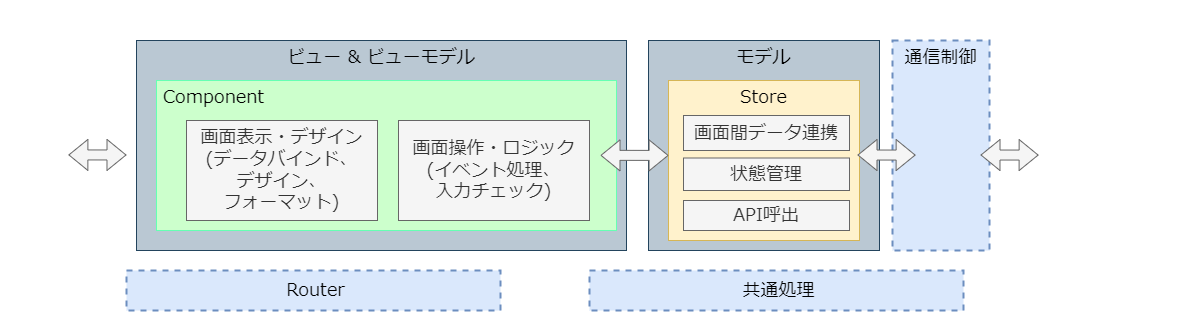
Before: documents/contents/images/app-architecture/client-side-rendering/frontend-architecture-dark.png, a diagram exported from draw.io (AlesInfiny/maia). Source tidied: cells renumbered, new cells last; positions are measured from the earlier drawing's top-left corner, leaving out a move shared by most shapes. Its diagram source:
```xml
<mxGraphModel>
  <root>
    <mxCell id="0" />
    <mxCell id="1" parent="0" />
    <mxCell id="2" style="rounded=0;whiteSpace=wrap;html=1;fillColor=none;fontFamily=Noto Sans JP;fontSource=https%3A%2F%2Ffonts.googleapis.com%2Fcss%3Ffamily%3DNoto%2BSans%2BJP;strokeColor=#FFFFFF;" parent="1" vertex="1">
      <mxGeometry x="106" width="900" height="331" as="geometry" />
    </mxCell>
    <mxCell id="3" value="ビュー &amp;amp; ビューモデル" style="rounded=0;whiteSpace=wrap;html=1;verticalAlign=top;fillColor=#bac8d3;strokeColor=#23445d;fontColor=#000000;fontFamily=Noto Sans JP;fontSource=https%3A%2F%2Ffonts.googleapis.com%2Fcss%3Ffamily%3DNoto%2BSans%2BJP;fontSize=18;" parent="1" vertex="1">
      <mxGeometry x="136" y="40" width="490" height="210" as="geometry" />
    </mxCell>
    <mxCell id="4" value="モデル" style="rounded=0;whiteSpace=wrap;html=1;verticalAlign=top;fillColor=#bac8d3;strokeColor=#23445d;fontColor=#000000;fontFamily=Noto Sans JP;fontSource=https%3A%2F%2Ffonts.googleapis.com%2Fcss%3Ffamily%3DNoto%2BSans%2BJP;fontSize=18;" parent="1" vertex="1">
      <mxGeometry x="648" y="40" width="231" height="210" as="geometry" />
    </mxCell>
    <mxCell id="5" value="フロントエンド" style="text;html=1;strokeColor=none;fillColor=none;align=center;verticalAlign=middle;whiteSpace=wrap;rounded=0;fontFamily=Noto Sans JP;fontSource=https%3A%2F%2Ffonts.googleapis.com%2Fcss%3Ffamily%3DNoto%2BSans%2BJP;fontSize=18;fontColor=#FFFFFF;" parent="1" vertex="1">
      <mxGeometry x="469.8" y="3" width="134.5" height="30" as="geometry" />
    </mxCell>
    <mxCell id="6" value="Component" style="rounded=0;whiteSpace=wrap;html=1;align=left;spacingLeft=5;fillColor=#CCFFCC;fontColor=#000000;strokeColor=#66FFB3;fontFamily=Noto Sans JP;fontSource=https%3A%2F%2Ffonts.googleapis.com%2Fcss%3Ffamily%3DNoto%2BSans%2BJP;fontSize=18;verticalAlign=top;" parent="1" vertex="1">
      <mxGeometry x="156" y="80" width="460" height="150" as="geometry" />
    </mxCell>
    <mxCell id="7" value="画面表示・デザイン&lt;br style=&quot;font-size: 18px&quot;&gt;(データバインド、&lt;br style=&quot;font-size: 18px&quot;&gt;デザイン、&lt;br&gt;フォーマット)" style="rounded=0;whiteSpace=wrap;html=1;fontSize=18;fillColor=#f5f5f5;fontColor=#333333;strokeColor=#666666;fontFamily=Noto Sans JP;fontSource=https%3A%2F%2Ffonts.googleapis.com%2Fcss%3Ffamily%3DNoto%2BSans%2BJP;" parent="1" vertex="1">
      <mxGeometry x="186" y="120" width="191" height="100" as="geometry" />
    </mxCell>
    <mxCell id="8" value="画面操作・ロジック&lt;br style=&quot;font-size: 18px&quot;&gt;(イベント処理、&lt;br style=&quot;font-size: 18px&quot;&gt;入力チェック)" style="rounded=0;whiteSpace=wrap;html=1;fontSize=18;fillColor=#f5f5f5;fontColor=#333333;strokeColor=#666666;fontFamily=Noto Sans JP;fontSource=https%3A%2F%2Ffonts.googleapis.com%2Fcss%3Ffamily%3DNoto%2BSans%2BJP;verticalAlign=middle;" parent="1" vertex="1">
      <mxGeometry x="398" y="120" width="191" height="100" as="geometry" />
    </mxCell>
    <mxCell id="9" value="Store" style="rounded=0;whiteSpace=wrap;html=1;fontSize=18;verticalAlign=top;fillColor=#fff2cc;strokeColor=#d6b656;fontFamily=Noto Sans JP;fontSource=https%3A%2F%2Ffonts.googleapis.com%2Fcss%3Ffamily%3DNoto%2BSans%2BJP;" parent="1" vertex="1">
      <mxGeometry x="668" y="80" width="191" height="160" as="geometry" />
    </mxCell>
    <mxCell id="10" value="画面間データ連携" style="rounded=0;whiteSpace=wrap;html=1;fontSize=18;fillColor=#f5f5f5;strokeColor=#666666;fontColor=#333333;fontFamily=Noto Sans JP;fontSource=https%3A%2F%2Ffonts.googleapis.com%2Fcss%3Ffamily%3DNoto%2BSans%2BJP;" parent="1" vertex="1">
      <mxGeometry x="683" y="115" width="166" height="35" as="geometry" />
    </mxCell>
    <mxCell id="11" value="状態管理" style="rounded=0;whiteSpace=wrap;html=1;fontSize=18;fillColor=#f5f5f5;strokeColor=#666666;fontColor=#333333;fontFamily=Noto Sans JP;fontSource=https%3A%2F%2Ffonts.googleapis.com%2Fcss%3Ffamily%3DNoto%2BSans%2BJP;" parent="1" vertex="1">
      <mxGeometry x="683" y="157.5" width="166" height="32.5" as="geometry" />
    </mxCell>
    <mxCell id="12" value="API呼出" style="rounded=0;whiteSpace=wrap;html=1;fontSize=18;fillColor=#f5f5f5;strokeColor=#666666;fontColor=#333333;fontFamily=Noto Sans JP;fontSource=https%3A%2F%2Ffonts.googleapis.com%2Fcss%3Ffamily%3DNoto%2BSans%2BJP;" parent="1" vertex="1">
      <mxGeometry x="683" y="200" width="166" height="30" as="geometry" />
    </mxCell>
    <mxCell id="13" value="通信制御" style="rounded=0;whiteSpace=wrap;html=1;fontSize=18;dashed=1;fillColor=#dae8fc;strokeColor=#6C8EBF;fontColor=#000000;strokeWidth=2;verticalAlign=top;fontFamily=Noto Sans JP;fontSource=https%3A%2F%2Ffonts.googleapis.com%2Fcss%3Ffamily%3DNoto%2BSans%2BJP;" parent="1" vertex="1">
      <mxGeometry x="892" y="40" width="97" height="210" as="geometry" />
    </mxCell>
    <mxCell id="14" style="shape=flexArrow;endArrow=classic;startArrow=classic;html=1;fontSize=18;fillColor=#f5f5f5;strokeColor=#666666;fontFamily=Noto Sans JP;fontSource=https%3A%2F%2Ffonts.googleapis.com%2Fcss%3Ffamily%3DNoto%2BSans%2BJP;" parent="1" edge="1">
      <mxGeometry relative="1" as="geometry">
        <mxPoint x="600" y="154.8" as="sourcePoint" />
        <mxPoint x="668.1" y="154.9" as="targetPoint" />
      </mxGeometry>
    </mxCell>
    <mxCell id="15" style="shape=flexArrow;endArrow=classic;startArrow=classic;html=1;fontSize=18;fillColor=#f5f5f5;strokeColor=#666666;fontFamily=Noto Sans JP;fontSource=https%3A%2F%2Ffonts.googleapis.com%2Fcss%3Ffamily%3DNoto%2BSans%2BJP;" parent="1" edge="1">
      <mxGeometry relative="1" as="geometry">
        <mxPoint x="857" y="154.5" as="sourcePoint" />
        <mxPoint x="915.1" y="154.6" as="targetPoint" />
      </mxGeometry>
    </mxCell>
    <mxCell id="16" style="shape=flexArrow;endArrow=classic;startArrow=classic;html=1;fontSize=18;fillColor=#f5f5f5;strokeColor=#666666;fontFamily=Noto Sans JP;fontSource=https%3A%2F%2Ffonts.googleapis.com%2Fcss%3Ffamily%3DNoto%2BSans%2BJP;" parent="1" edge="1">
      <mxGeometry relative="1" as="geometry">
        <mxPoint x="980" y="154.5" as="sourcePoint" />
        <mxPoint x="1038.1" y="154.6" as="targetPoint" />
      </mxGeometry>
    </mxCell>
    <mxCell id="17" value="Router" style="rounded=0;whiteSpace=wrap;html=1;align=center;spacingLeft=5;fillColor=#dae8fc;strokeColor=#6c8ebf;fontColor=#000000;dashed=1;strokeWidth=2;fontFamily=Noto Sans JP;fontSource=https%3A%2F%2Ffonts.googleapis.com%2Fcss%3Ffamily%3DNoto%2BSans%2BJP;fontSize=18;" parent="1" vertex="1">
      <mxGeometry x="126" y="270" width="374" height="40" as="geometry" />
    </mxCell>
    <mxCell id="18" value="共通処理" style="rounded=0;whiteSpace=wrap;html=1;align=center;spacingLeft=5;fillColor=#dae8fc;strokeColor=#6c8ebf;fontColor=#000000;dashed=1;strokeWidth=2;fontFamily=Noto Sans JP;fontSource=https%3A%2F%2Ffonts.googleapis.com%2Fcss%3Ffamily%3DNoto%2BSans%2BJP;fontSize=18;" parent="1" vertex="1">
      <mxGeometry x="589" y="270" width="374" height="40" as="geometry" />
    </mxCell>
    <mxCell id="19" value="ブラウザ" style="rounded=0;whiteSpace=wrap;html=1;fontColor=#FFFFFF;fillColor=none;strokeColor=#FFFFFF;verticalAlign=top;fontFamily=Noto Sans JP;fontSource=https%3A%2F%2Ffonts.googleapis.com%2Fcss%3Ffamily%3DNoto%2BSans%2BJP;fontSize=18;" parent="1" vertex="1">
      <mxGeometry width="91" height="331" as="geometry" />
    </mxCell>
    <mxCell id="20" style="shape=flexArrow;endArrow=classic;startArrow=classic;html=1;fontSize=12;fillColor=#f5f5f5;strokeColor=#666666;fontFamily=Noto Sans JP;fontSource=https%3A%2F%2Ffonts.googleapis.com%2Fcss%3Ffamily%3DNoto%2BSans%2BJP;" parent="1" edge="1">
      <mxGeometry relative="1" as="geometry">
        <mxPoint x="67.9" y="154.4" as="sourcePoint" />
        <mxPoint x="126" y="154.5" as="targetPoint" />
      </mxGeometry>
    </mxCell>
    <mxCell id="21" value="&lt;div style=&quot;text-align: left; font-size: 18px;&quot;&gt;&lt;span style=&quot;font-size: 18px;&quot;&gt;サーバー&lt;/span&gt;&lt;/div&gt;&lt;div style=&quot;text-align: left; font-size: 18px;&quot;&gt;&lt;span style=&quot;font-size: 18px;&quot;&gt;(バックエンド)へ&lt;/span&gt;&lt;/div&gt;" style="text;html=1;strokeColor=none;fillColor=none;align=center;verticalAlign=middle;whiteSpace=wrap;rounded=0;fontFamily=Noto Sans JP;fontSource=https%3A%2F%2Ffonts.googleapis.com%2Fcss%3Ffamily%3DNoto%2BSans%2BJP;fontSize=18;fontColor=#FFFFFF;" parent="1" vertex="1">
      <mxGeometry x="1046" y="140" width="149" height="30" as="geometry" />
    </mxCell>
  </root>
</mxGraphModel>
```
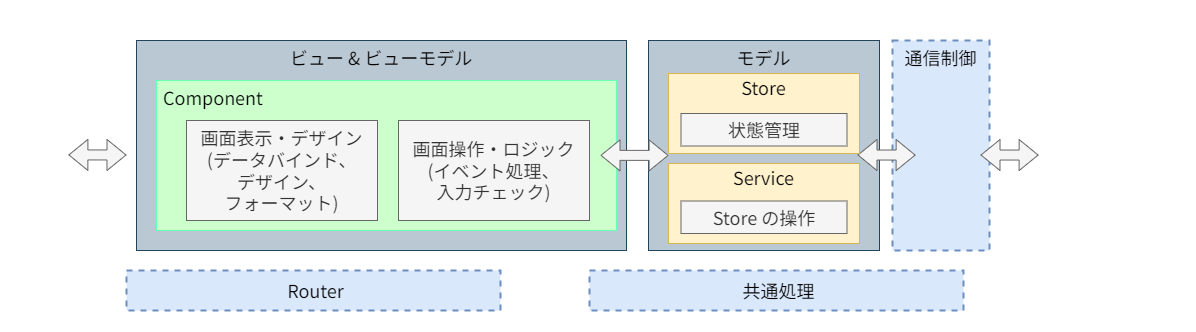
The same diagram one commit later.

Change to the diagram source:
```diff
@@ -23,18 +23,6 @@
     <mxCell id="8" value="画面操作・ロジック&lt;br style=&quot;font-size: 18px&quot;&gt;(イベント処理、&lt;br style=&quot;font-size: 18px&quot;&gt;入力チェック)" style="rounded=0;whiteSpace=wrap;html=1;fontSize=18;fillColor=#f5f5f5;fontColor=#333333;strokeColor=#666666;fontFamily=Noto Sans JP;fontSource=https%3A%2F%2Ffonts.googleapis.com%2Fcss%3Ffamily%3DNoto%2BSans%2BJP;verticalAlign=middle;" parent="1" vertex="1">
       <mxGeometry x="398" y="120" width="191" height="100" as="geometry" />
     </mxCell>
-    <mxCell id="9" value="Store" style="rounded=0;whiteSpace=wrap;html=1;fontSize=18;verticalAlign=top;fillColor=#fff2cc;strokeColor=#d6b656;fontFamily=Noto Sans JP;fontSource=https%3A%2F%2Ffonts.googleapis.com%2Fcss%3Ffamily%3DNoto%2BSans%2BJP;" parent="1" vertex="1">
-      <mxGeometry x="668" y="80" width="191" height="160" as="geometry" />
-    </mxCell>
-    <mxCell id="10" value="画面間データ連携" style="rounded=0;whiteSpace=wrap;html=1;fontSize=18;fillColor=#f5f5f5;strokeColor=#666666;fontColor=#333333;fontFamily=Noto Sans JP;fontSource=https%3A%2F%2Ffonts.googleapis.com%2Fcss%3Ffamily%3DNoto%2BSans%2BJP;" parent="1" vertex="1">
-      <mxGeometry x="683" y="115" width="166" height="35" as="geometry" />
-    </mxCell>
-    <mxCell id="11" value="状態管理" style="rounded=0;whiteSpace=wrap;html=1;fontSize=18;fillColor=#f5f5f5;strokeColor=#666666;fontColor=#333333;fontFamily=Noto Sans JP;fontSource=https%3A%2F%2Ffonts.googleapis.com%2Fcss%3Ffamily%3DNoto%2BSans%2BJP;" parent="1" vertex="1">
-      <mxGeometry x="683" y="157.5" width="166" height="32.5" as="geometry" />
-    </mxCell>
-    <mxCell id="12" value="API呼出" style="rounded=0;whiteSpace=wrap;html=1;fontSize=18;fillColor=#f5f5f5;strokeColor=#666666;fontColor=#333333;fontFamily=Noto Sans JP;fontSource=https%3A%2F%2Ffonts.googleapis.com%2Fcss%3Ffamily%3DNoto%2BSans%2BJP;" parent="1" vertex="1">
-      <mxGeometry x="683" y="200" width="166" height="30" as="geometry" />
-    </mxCell>
     <mxCell id="13" value="通信制御" style="rounded=0;whiteSpace=wrap;html=1;fontSize=18;dashed=1;fillColor=#dae8fc;strokeColor=#6C8EBF;fontColor=#000000;strokeWidth=2;verticalAlign=top;fontFamily=Noto Sans JP;fontSource=https%3A%2F%2Ffonts.googleapis.com%2Fcss%3Ffamily%3DNoto%2BSans%2BJP;" parent="1" vertex="1">
       <mxGeometry x="892" y="40" width="97" height="210" as="geometry" />
     </mxCell>
@@ -74,5 +62,17 @@
     <mxCell id="21" value="&lt;div style=&quot;text-align: left; font-size: 18px;&quot;&gt;&lt;span style=&quot;font-size: 18px;&quot;&gt;サーバー&lt;/span&gt;&lt;/div&gt;&lt;div style=&quot;text-align: left; font-size: 18px;&quot;&gt;&lt;span style=&quot;font-size: 18px;&quot;&gt;(バックエンド)へ&lt;/span&gt;&lt;/div&gt;" style="text;html=1;strokeColor=none;fillColor=none;align=center;verticalAlign=middle;whiteSpace=wrap;rounded=0;fontFamily=Noto Sans JP;fontSource=https%3A%2F%2Ffonts.googleapis.com%2Fcss%3Ffamily%3DNoto%2BSans%2BJP;fontSize=18;fontColor=#FFFFFF;" parent="1" vertex="1">
       <mxGeometry x="1046" y="140" width="149" height="30" as="geometry" />
     </mxCell>
+    <mxCell id="9" value="Store" style="rounded=0;whiteSpace=wrap;html=1;fontSize=18;verticalAlign=top;fillColor=#fff2cc;strokeColor=#d6b656;fontFamily=Noto Sans JP;fontSource=https%3A%2F%2Ffonts.googleapis.com%2Fcss%3Ffamily%3DNoto%2BSans%2BJP;spacing=0;spacingTop=-1;fontColor=#000000;" parent="1" vertex="1">
+      <mxGeometry x="668" y="73" width="191" height="80" as="geometry" />
+    </mxCell>
+    <mxCell id="11" value="状態管理" style="rounded=0;whiteSpace=wrap;html=1;fontSize=18;fillColor=#f5f5f5;strokeColor=#666666;fontColor=#333333;fontFamily=Noto Sans JP;fontSource=https%3A%2F%2Ffonts.googleapis.com%2Fcss%3Ffamily%3DNoto%2BSans%2BJP;" parent="1" vertex="1">
+      <mxGeometry x="680.5" y="113" width="166" height="32.5" as="geometry" />
+    </mxCell>
+    <mxCell id="22" value="Service" style="rounded=0;whiteSpace=wrap;html=1;fontSize=18;verticalAlign=top;fillColor=#fff2cc;strokeColor=#d6b656;fontFamily=Noto Sans JP;fontSource=https%3A%2F%2Ffonts.googleapis.com%2Fcss%3Ffamily%3DNoto%2BSans%2BJP;spacing=0;spacingTop=-1;fontColor=#000000;" parent="1" vertex="1">
+      <mxGeometry x="668" y="163" width="191" height="80" as="geometry" />
+    </mxCell>
+    <mxCell id="23" value="Store の操作" style="rounded=0;whiteSpace=wrap;html=1;fontSize=18;fillColor=#f5f5f5;strokeColor=#666666;fontColor=#333333;fontFamily=Noto Sans JP;fontSource=https%3A%2F%2Ffonts.googleapis.com%2Fcss%3Ffamily%3DNoto%2BSans%2BJP;" parent="1" vertex="1">
+      <mxGeometry x="680.5" y="200.5" width="166" height="32.5" as="geometry" />
+    </mxCell>
   </root>
 </mxGraphModel>
```
